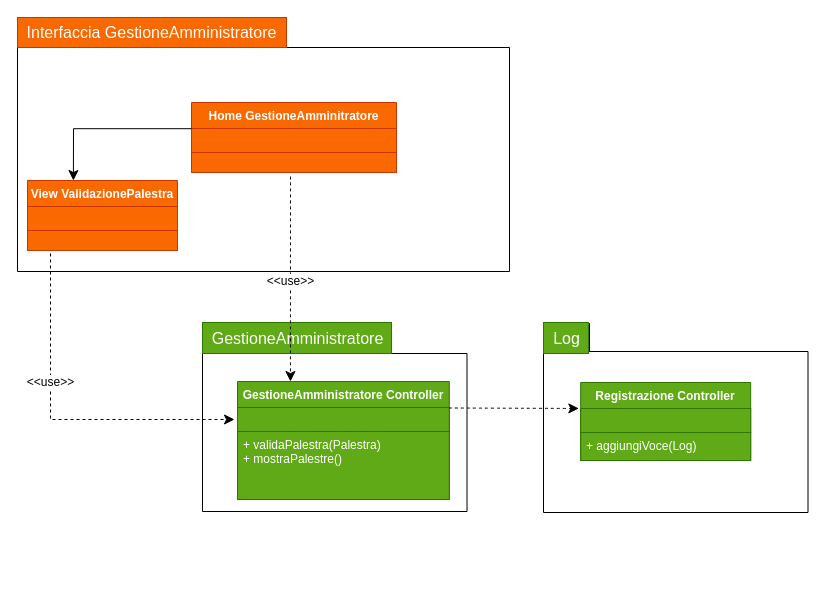
Earlier version of the draw.io diagram Diagrammi_Package/Classi/GestioneAmministratore.drawio (JosephBoom02/Progetto_Ingegneria_del_Software). Source tidied: cells renumbered, new cells numbered last; positions are measured from the earlier drawing's top-left corner, leaving out a move shared by most shapes. Both pictures are drawn from the tidied source at 100%, with x=0, y=0 at pixel (17, 17).
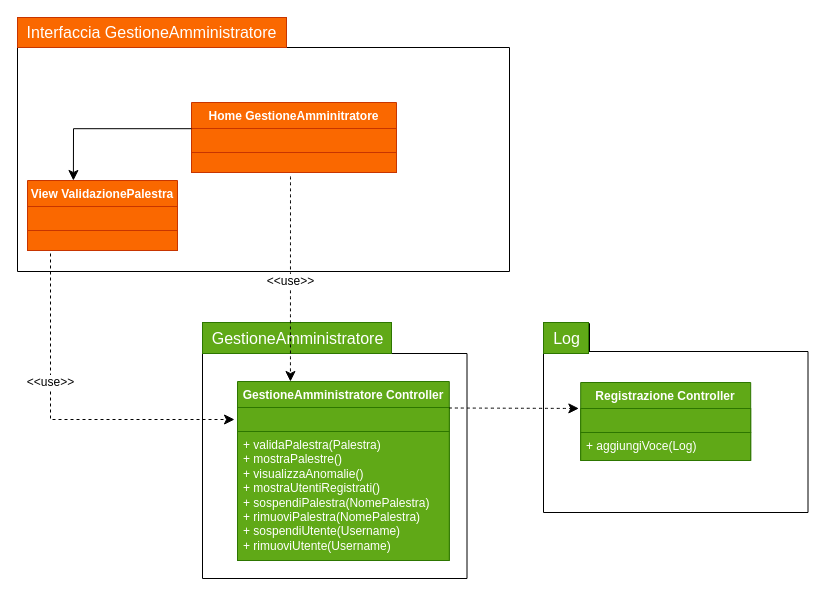
After the change.

What changed in the source:
```diff
@@
     <mxCell id="5" style="shape=folder;fontStyle=1;spacingTop=10;tabWidth=140;tabHeight=31;tabPosition=left;html=1;whiteSpace=wrap;" parent="1" vertex="1">
-      <mxGeometry x="185" y="305" width="264.5" height="189" as="geometry" />
+      <mxGeometry x="185" y="305" width="264.5" height="256" as="geometry" />
     </mxCell>
@@
     <mxCell id="15" value="&lt;font color=&quot;#ffffff&quot;&gt;GestioneAmministratore Controller&lt;br&gt;&lt;/font&gt;" style="swimlane;fontStyle=1;align=center;verticalAlign=top;horizontal=1;startSize=26;whiteSpace=wrap;html=1;fillColor=#60a917;fontColor=#ffffff;strokeColor=#2D7600;" parent="1" vertex="1">
-      <mxGeometry x="220" y="364" width="211.8" height="118" as="geometry" />
+      <mxGeometry x="220" y="364" width="211.8" height="179" as="geometry" />
     </mxCell>
@@
-    <mxCell id="18" value="&lt;div&gt;+ validaPalestra(Palestra)&lt;br&gt;&lt;/div&gt;&lt;div&gt;+ mostraPalestre()&lt;br&gt;&lt;/div&gt;" style="text;strokeColor=#2D7600;fillColor=#60a917;align=left;verticalAlign=top;spacingLeft=4;spacingRight=4;overflow=hidden;whiteSpace=wrap;html=1;fontColor=#ffffff;" parent="15" vertex="1">
-      <mxGeometry y="50" width="211.8" height="68" as="geometry" />
+    <mxCell id="18" value="&lt;div&gt;+ validaPalestra(Palestra)&lt;br&gt;&lt;/div&gt;&lt;div&gt;+ mostraPalestre()&lt;br&gt;&lt;/div&gt;&lt;div&gt;+ visualizzaAnomalie()&lt;/div&gt;&lt;div&gt;+ mostraUtentiRegistrati()&lt;/div&gt;&lt;div&gt;+ sospendiPalestra(NomePalestra)&lt;/div&gt;&lt;div&gt;+ rimuoviPalestra(NomePalestra)&lt;/div&gt;&lt;div&gt;+ sospendiUtente(Username)&lt;/div&gt;&lt;div&gt;+ rimuoviUtente(Username)&lt;/div&gt;" style="text;strokeColor=#2D7600;fillColor=#60a917;align=left;verticalAlign=top;spacingLeft=4;spacingRight=4;overflow=hidden;whiteSpace=wrap;html=1;fontColor=#ffffff;" parent="15" vertex="1">
+      <mxGeometry y="50" width="211.8" height="129" as="geometry" />
     </mxCell>
```
